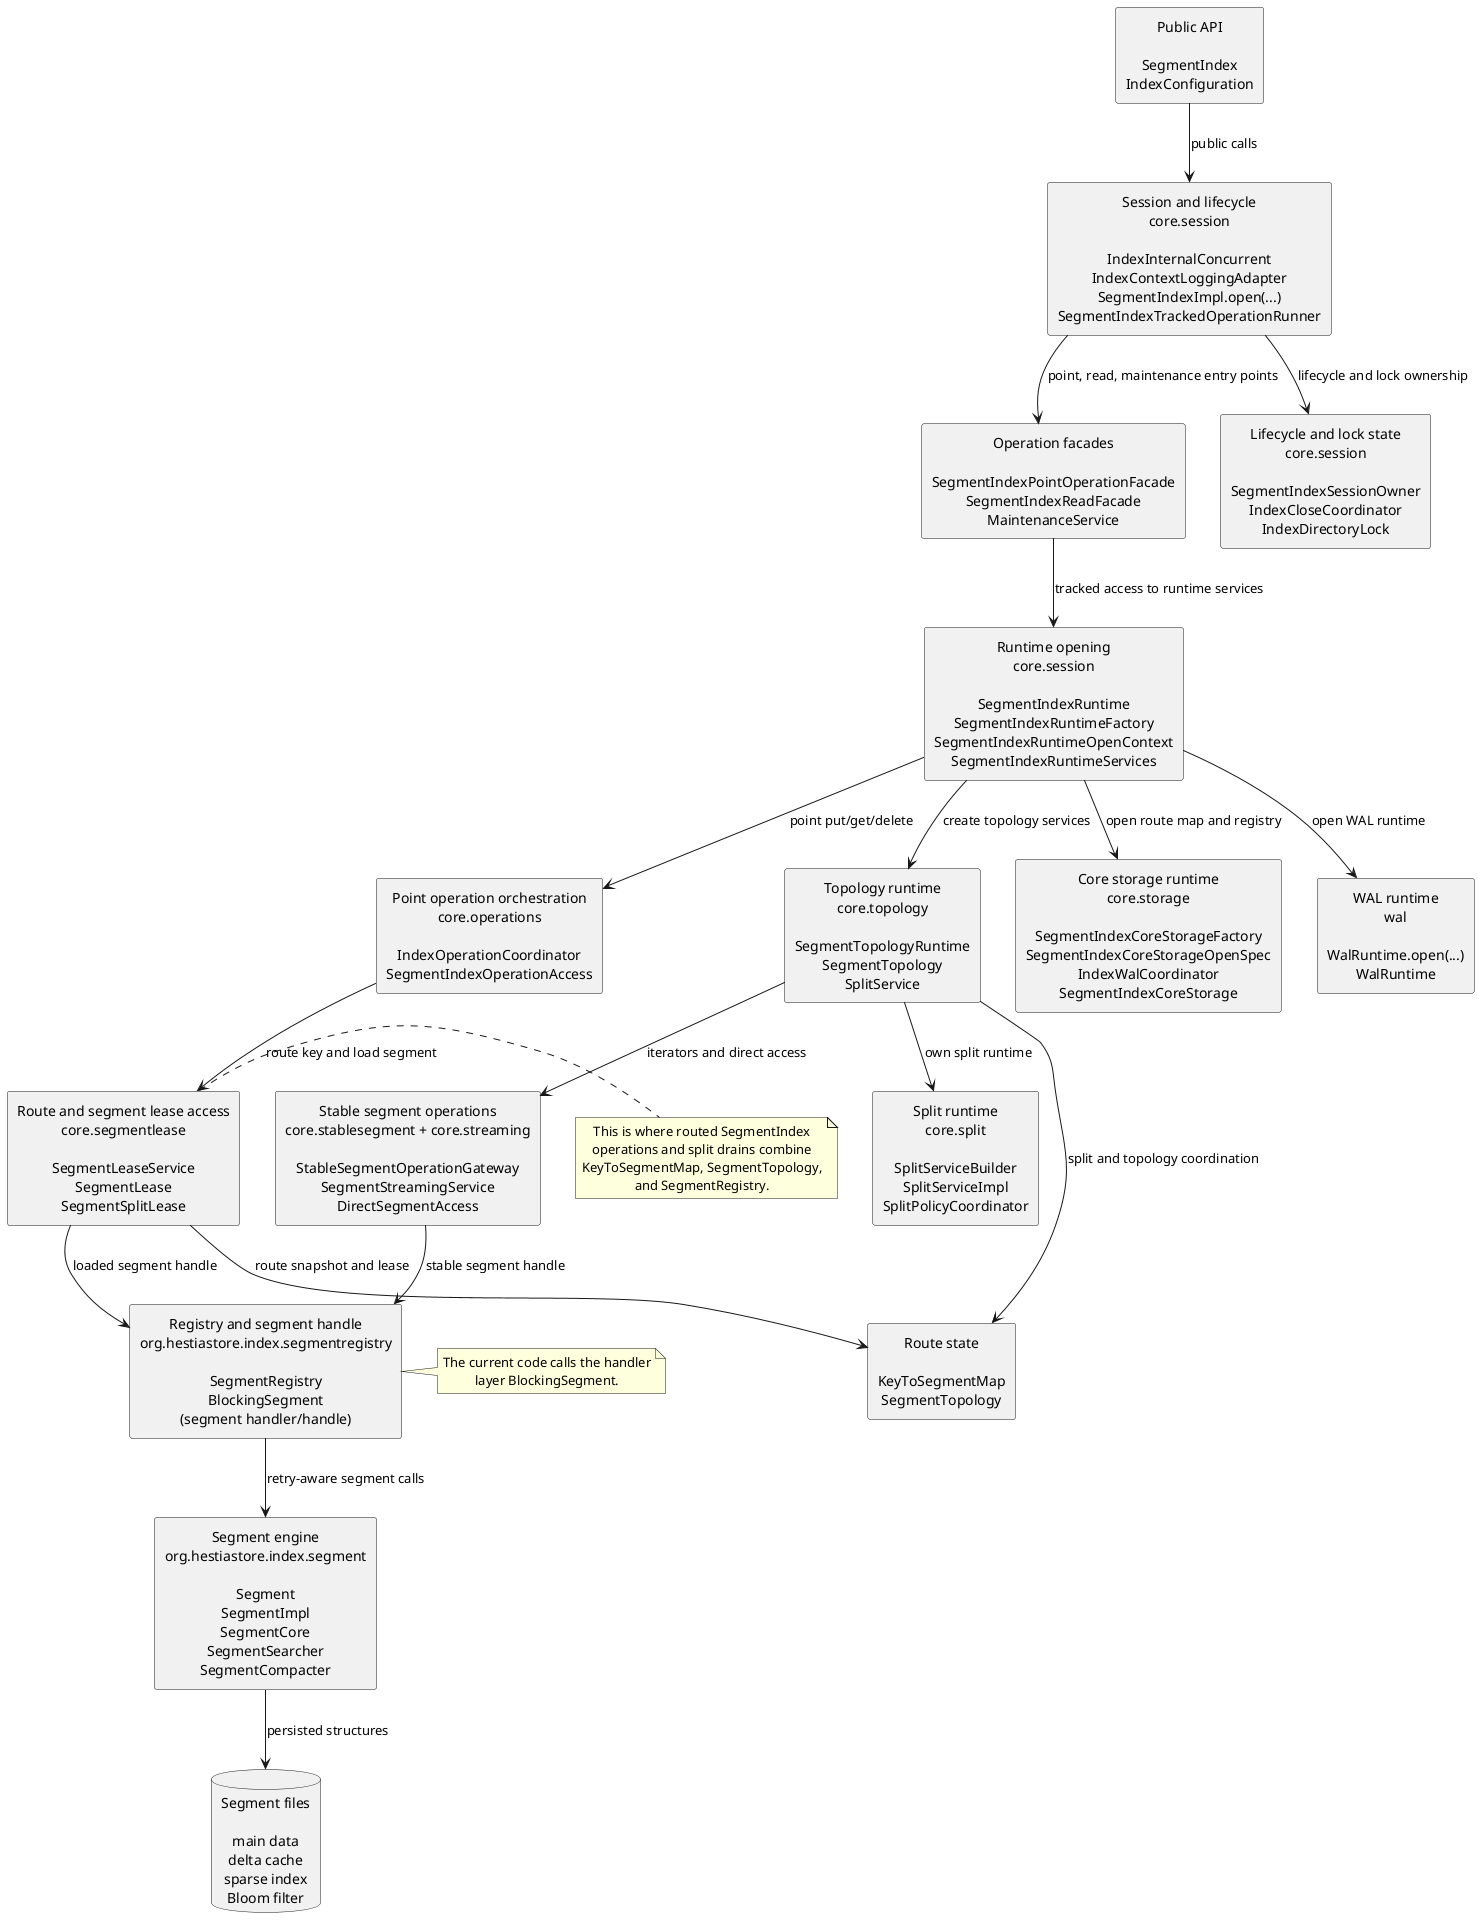
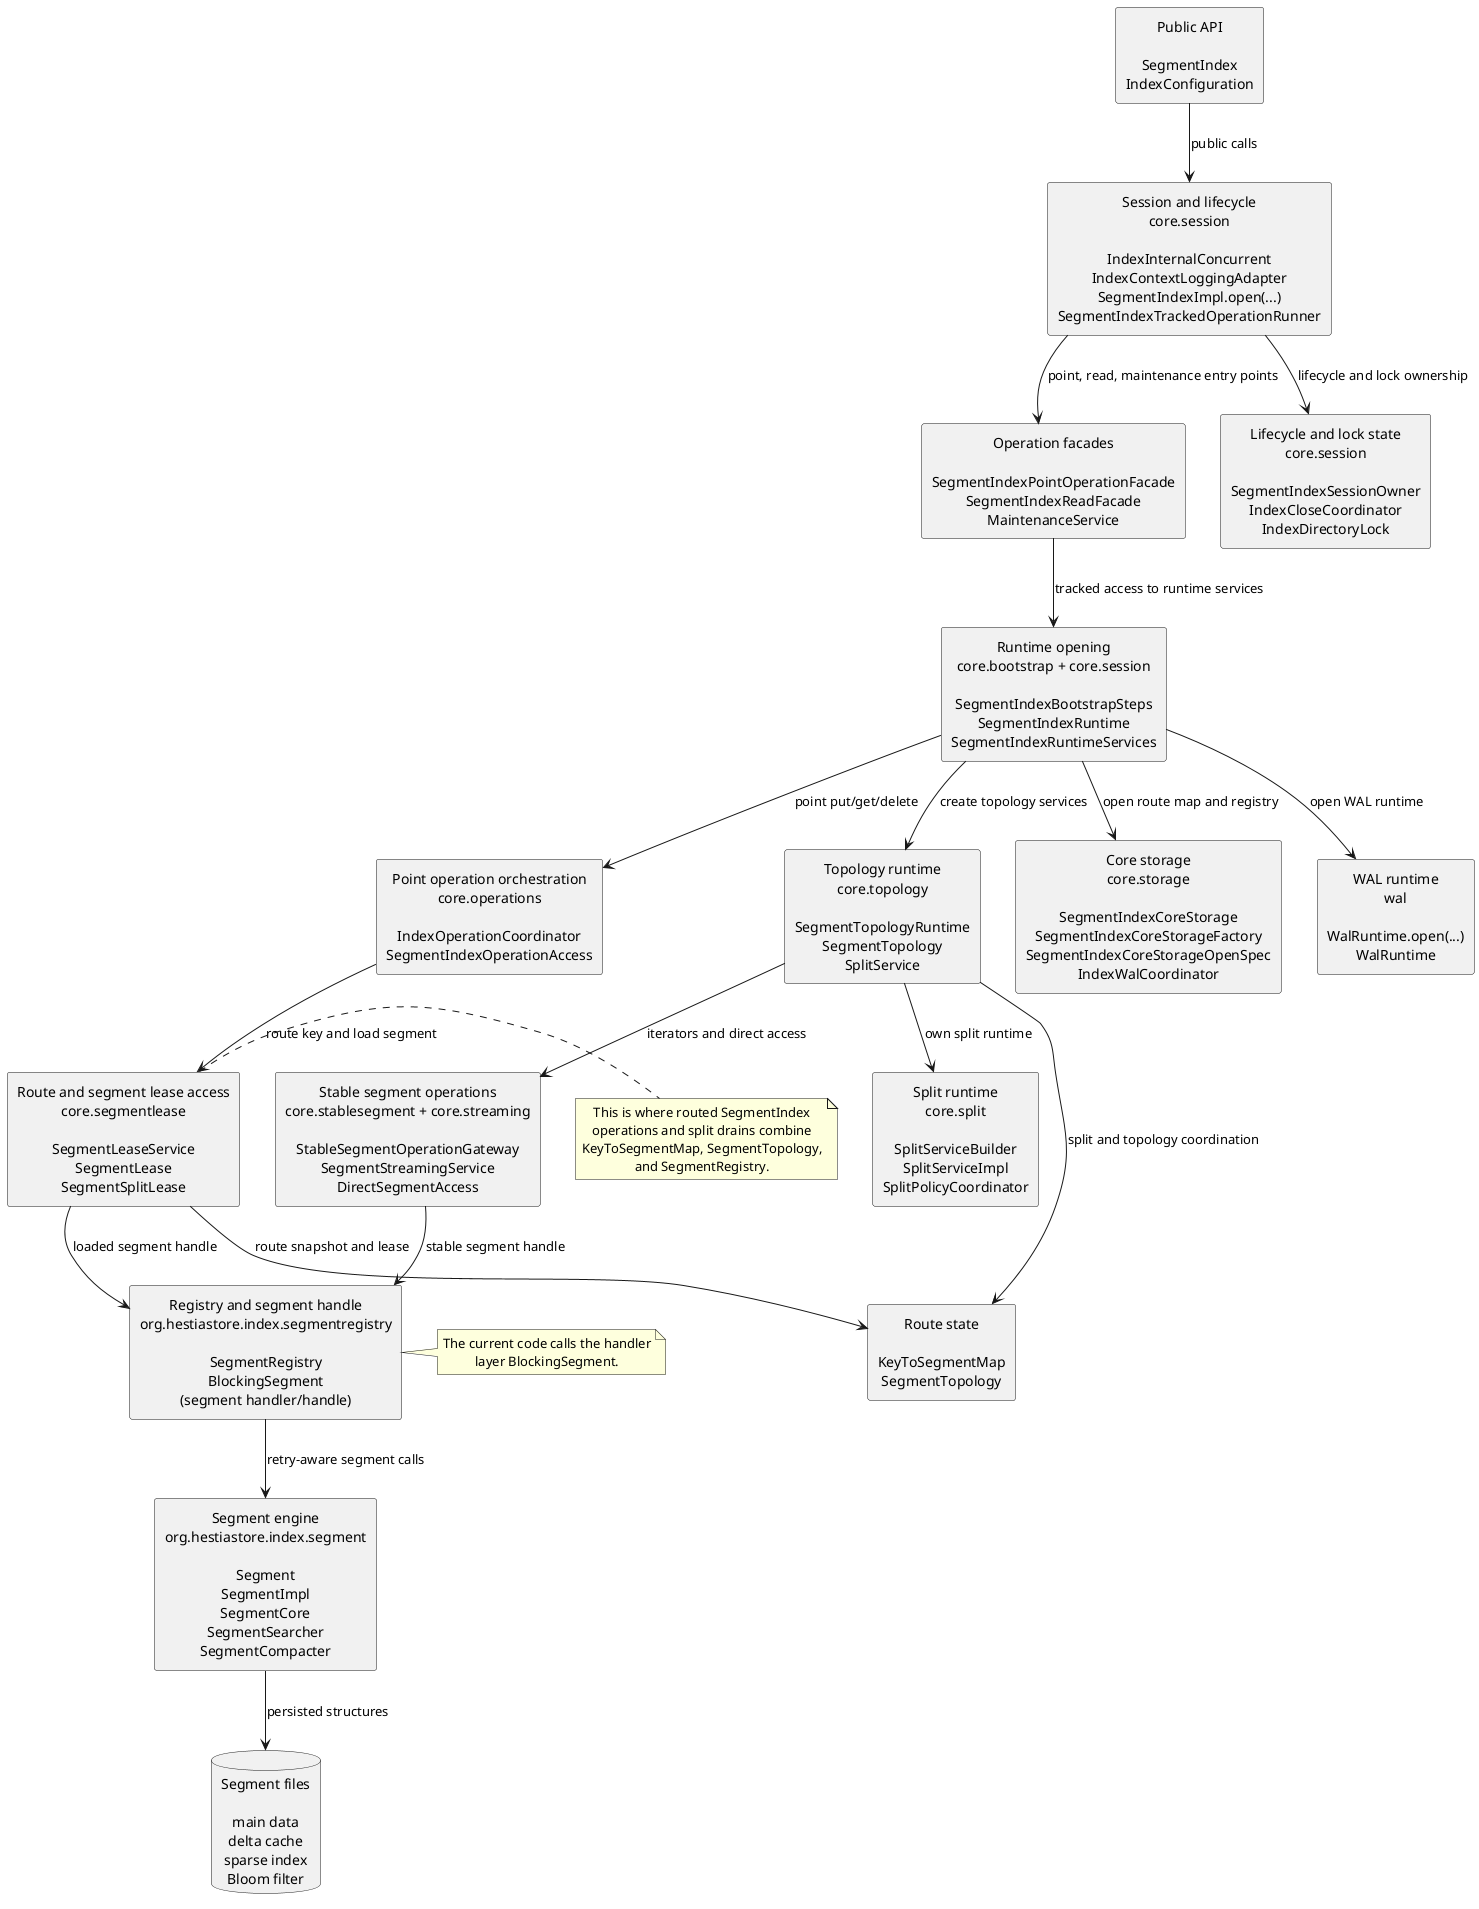
@startuml implementation-layers
skinparam componentStyle rectangle
skinparam shadowing false
skinparam defaultTextAlignment center
top to bottom direction

component "Public API\n\nSegmentIndex\nIndexConfiguration" as API

component "Session and lifecycle\ncore.session\n\nIndexInternalConcurrent\nIndexContextLoggingAdapter\nSegmentIndexImpl.open(...)\nSegmentIndexTrackedOperationRunner" as SESSION

component "Lifecycle and lock state\ncore.session\n\nSegmentIndexSessionOwner\nIndexCloseCoordinator\nIndexDirectoryLock" as SESSION_STATE

component "Operation facades\n\nSegmentIndexPointOperationFacade\nSegmentIndexReadFacade\nMaintenanceService" as FACADES

- component "Runtime opening\ncore.session\n\nSegmentIndexRuntime\nSegmentIndexRuntimeFactory\nSegmentIndexRuntimeOpenContext\nSegmentIndexRuntimeServices" as RUNTIME
+ component "Runtime opening\ncore.bootstrap + core.session\n\nSegmentIndexBootstrapSteps\nSegmentIndexRuntime\nSegmentIndexRuntimeServices" as RUNTIME

component "Topology runtime\ncore.topology\n\nSegmentTopologyRuntime\nSegmentTopology\nSplitService" as TOPOLOGY_RUNTIME

- component "Core storage runtime\ncore.storage\n\nSegmentIndexCoreStorageFactory\nSegmentIndexCoreStorageOpenSpec\nIndexWalCoordinator\nSegmentIndexCoreStorage" as CORE_STORAGE
+ component "Core storage\ncore.storage\n\nSegmentIndexCoreStorage\nSegmentIndexCoreStorageFactory\nSegmentIndexCoreStorageOpenSpec\nIndexWalCoordinator" as CORE_STORAGE

component "Split runtime\ncore.split\n\nSplitServiceBuilder\nSplitServiceImpl\nSplitPolicyCoordinator" as SPLIT_RUNTIME

component "WAL runtime\nwal\n\nWalRuntime.open(...)\nWalRuntime" as WAL_RUNTIME

component "Point operation orchestration\ncore.operations\n\nIndexOperationCoordinator\nSegmentIndexOperationAccess" as OPERATIONS

component "Route and segment lease access\ncore.segmentlease\n\nSegmentLeaseService\nSegmentLease\nSegmentSplitLease" as ACCESS

component "Stable segment operations\ncore.stablesegment + core.streaming\n\nStableSegmentOperationGateway\nSegmentStreamingService\nDirectSegmentAccess" as STABLE_ACCESS

component "Route state\n\nKeyToSegmentMap\nSegmentTopology" as ROUTE

component "Registry and segment handle\norg.hestiastore.index.segmentregistry\n\nSegmentRegistry\nBlockingSegment\n(segment handler/handle)" as REGISTRY

component "Segment engine\norg.hestiastore.index.segment\n\nSegment\nSegmentImpl\nSegmentCore\nSegmentSearcher\nSegmentCompacter" as SEGMENT

database "Segment files\n\nmain data\ndelta cache\nsparse index\nBloom filter" as FILES

API --> SESSION : public calls
SESSION --> SESSION_STATE : lifecycle and lock ownership
SESSION --> FACADES : point, read, maintenance entry points
FACADES --> RUNTIME : tracked access to runtime services
RUNTIME --> CORE_STORAGE : open route map and registry
RUNTIME --> TOPOLOGY_RUNTIME : create topology services
TOPOLOGY_RUNTIME --> SPLIT_RUNTIME : own split runtime
RUNTIME --> WAL_RUNTIME : open WAL runtime
RUNTIME --> OPERATIONS : point put/get/delete
OPERATIONS --> ACCESS : route key and load segment
TOPOLOGY_RUNTIME --> STABLE_ACCESS : iterators and direct access
ACCESS --> REGISTRY : loaded segment handle
STABLE_ACCESS --> REGISTRY : stable segment handle
REGISTRY --> SEGMENT : retry-aware segment calls
SEGMENT --> FILES : persisted structures

ACCESS --> ROUTE : route snapshot and lease
TOPOLOGY_RUNTIME --> ROUTE : split and topology coordination

note right of ACCESS
This is where routed SegmentIndex
operations and split drains combine
KeyToSegmentMap, SegmentTopology,
and SegmentRegistry.
end note

note right of REGISTRY
The current code calls the handler
layer BlockingSegment.
end note

@enduml
